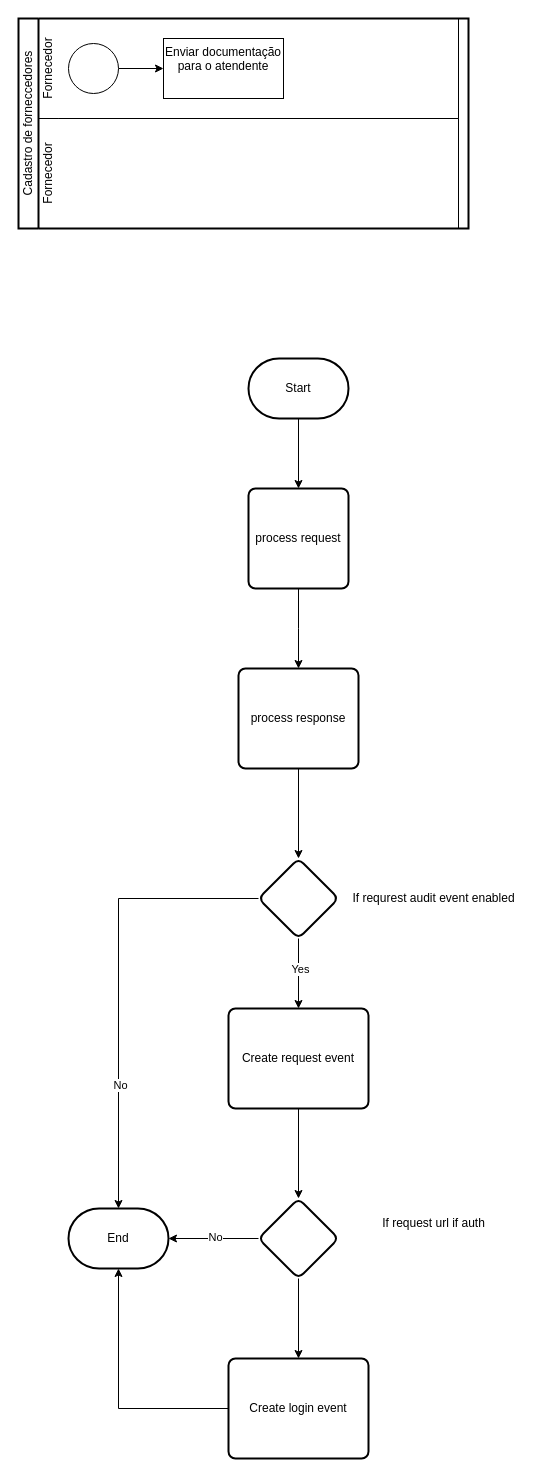
Above: page "Page-5" (5 of 5) of docs/diagrams.drawio in Talismar/drf-audit-trail (draw.io), before the change. Source tidied: cells renumbered, new cells numbered last; positions are measured from the earlier drawing's top-left corner, leaving out a move shared by most shapes. Both pictures are drawn from the tidied source at 100%, with x=0, y=0 at pixel (18, 18).
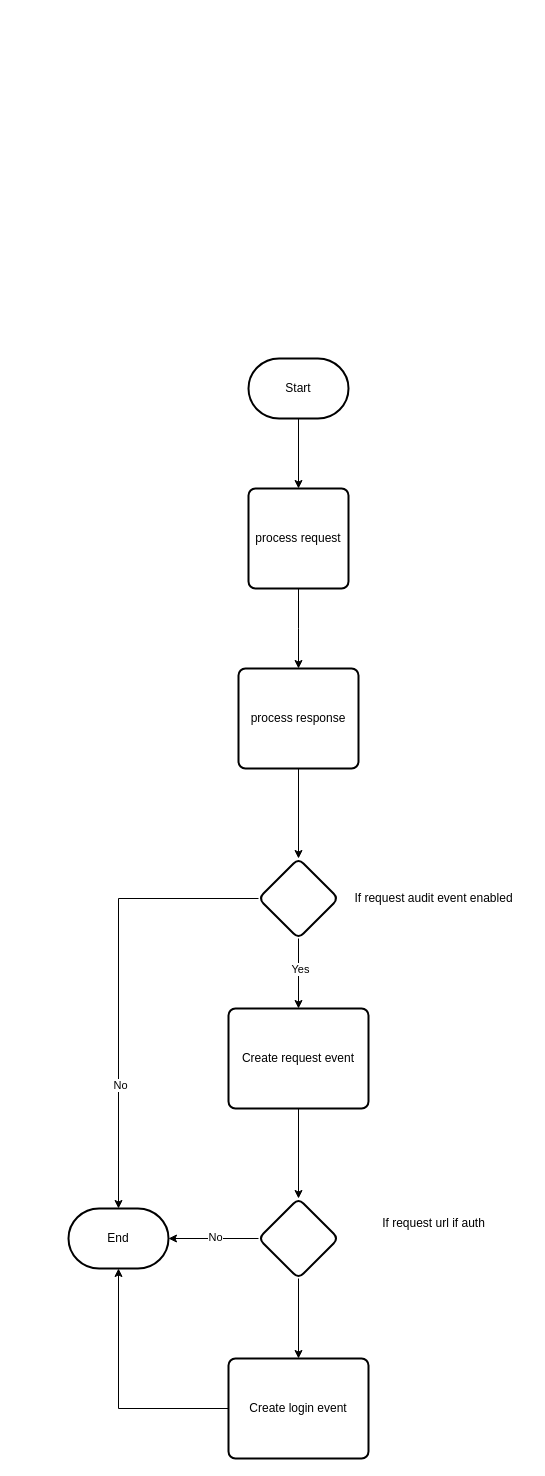
Above is the later version.

Change to the diagram source:
```diff
@@
-    <mxCell id="2" value="Cadastro de forneccedores" style="swimlane;html=1;startSize=20;fontStyle=0;horizontal=0;swimlaneLine=1;swimlaneFillColor=#ffffff;strokeWidth=2;whiteSpace=wrap;" parent="1" vertex="1">
-      <mxGeometry width="450" height="210" as="geometry" />
-    </mxCell>
-    <mxCell id="3" value="Fornecedor" style="swimlane;html=1;startSize=20;fontStyle=0;horizontal=0;swimlaneLine=0;fillColor=none;whiteSpace=wrap;" parent="2" vertex="1">
-      <mxGeometry x="20" y="100" width="420" height="110" as="geometry" />
-    </mxCell>
-    <mxCell id="4" value="Fornecedor" style="swimlane;html=1;startSize=20;fontStyle=0;horizontal=0;swimlaneLine=0;fillColor=none;whiteSpace=wrap;" parent="2" vertex="1">
-      <mxGeometry x="20" width="420" height="100" as="geometry" />
-    </mxCell>
-    <mxCell id="5" style="edgeStyle=orthogonalEdgeStyle;rounded=0;jettySize=auto;html=1;" parent="4" edge="1" source="6" target="7">
-      <mxGeometry relative="1" as="geometry" />
-    </mxCell>
-    <mxCell id="6" style="points=[[0.145,0.145,0],[0.5,0,0],[0.855,0.145,0],[1,0.5,0],[0.855,0.855,0],[0.5,1,0],[0.145,0.855,0],[0,0.5,0]];shape=mxgraph.bpmn.event;html=1;verticalLabelPosition=bottom;labelBackgroundColor=#ffffff;verticalAlign=top;align=center;perimeter=ellipsePerimeter;outlineConnect=0;outline=standard;symbol=general;" parent="4" vertex="1">
-      <mxGeometry x="30" y="25" width="50" height="50" as="geometry" />
-    </mxCell>
-    <mxCell id="7" value="Enviar documentação para o atendente" style="whiteSpace=wrap;html=1;verticalAlign=top;labelBackgroundColor=#ffffff;" parent="4" vertex="1">
-      <mxGeometry x="125" y="20" width="120" height="60" as="geometry" />
-    </mxCell>
@@
-    <mxCell id="19" value="If requrest audit event enabled" style="text;html=1;align=center;verticalAlign=middle;strokeColor=none;fillColor=none;" parent="1" vertex="1">
-      <mxGeometry x="320" y="865" width="190" height="30" as="geometry" />
+    <mxCell id="19" value="If request audit event enabled" style="text;html=1;align=center;verticalAlign=middle;strokeColor=none;fillColor=none;" parent="1" vertex="1">
+      <mxGeometry x="325" y="865" width="180" height="30" as="geometry" />
     </mxCell>
```
